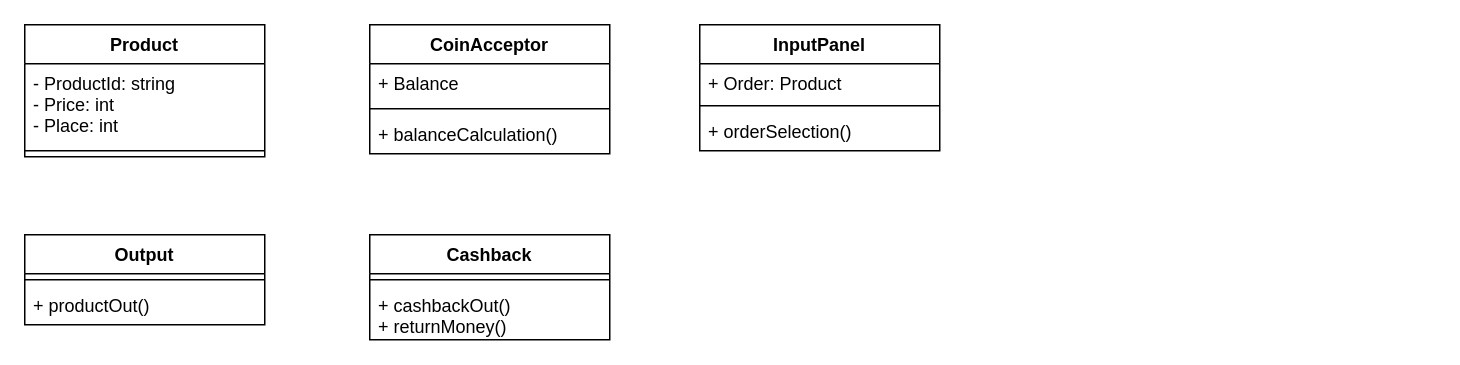
Above: Untitled Diagram.drawio in StpnPntr/UchebnayaPractice (draw.io), before the change. Source tidied: cells renumbered, new cells numbered last; positions are measured from the earlier drawing's top-left corner, leaving out a move shared by most shapes. Both pictures are drawn from the tidied source at 150%, with x=0, y=0 at pixel (24, 24).
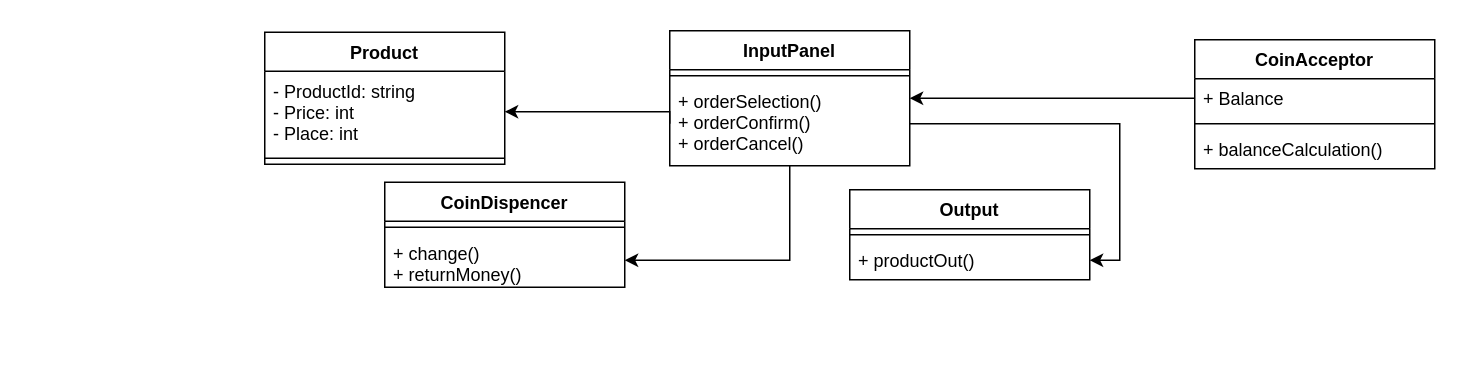
The same page after the edit.

The change refers to these unchanged cells:
```xml
<mxCell id="3" value="- ProductId: string&#10;- Price: int&#10;- Place: int" style="text;strokeColor=none;fillColor=none;align=left;verticalAlign=top;spacingLeft=4;spacingRight=4;overflow=hidden;points=[[0,0.5],[1,0.5]];portConstraint=eastwest;shadow=0;" parent="2" vertex="1">
  <mxGeometry y="26" width="160" height="54" as="geometry" />
</mxCell>
<mxCell id="10" value="+ Balance" style="text;strokeColor=none;fillColor=none;align=left;verticalAlign=top;spacingLeft=4;spacingRight=4;overflow=hidden;points=[[0,0.5],[1,0.5]];portConstraint=eastwest;shadow=0;" parent="9" vertex="1">
  <mxGeometry y="26" width="160" height="26" as="geometry" />
</mxCell>
<mxCell id="15" value="+ productOut()" style="text;strokeColor=none;fillColor=none;align=left;verticalAlign=top;spacingLeft=4;spacingRight=4;overflow=hidden;points=[[0,0.5],[1,0.5]];portConstraint=eastwest;shadow=0;" parent="13" vertex="1">
  <mxGeometry y="34" width="160" height="26" as="geometry" />
</mxCell>
```

Diff of the diagram source:
```diff
@@
     <mxCell id="2" value="Product" style="swimlane;fontStyle=1;align=center;verticalAlign=top;horizontal=1;startSize=26;shadow=0;" parent="1" vertex="1">
-      <mxGeometry width="160" height="88" as="geometry" />
+      <mxGeometry x="160" y="5" width="160" height="88" as="geometry" />
     </mxCell>
@@
+    <mxCell id="19" style="edgeStyle=orthogonalEdgeStyle;rounded=0;jettySize=auto;html=1;entryX=1;entryY=0.5;entryDx=0;entryDy=0;" parent="1" edge="1" source="5" target="18">
+      <mxGeometry relative="1" as="geometry" />
+    </mxCell>
     <mxCell id="5" value="InputPanel" style="swimlane;fontStyle=1;align=center;verticalAlign=top;horizontal=1;startSize=26;shadow=0;" parent="1" vertex="1">
-      <mxGeometry x="450" width="160" height="84" as="geometry" />
+      <mxGeometry x="430" y="4" width="160" height="90" as="geometry" />
     </mxCell>
-    <mxCell id="6" value="+ Order: Product" style="text;strokeColor=none;fillColor=none;align=left;verticalAlign=top;spacingLeft=4;spacingRight=4;overflow=hidden;shadow=0;" parent="5" vertex="1">
-      <mxGeometry y="26" width="160" height="24" as="geometry" />
-    </mxCell>
     <mxCell id="7" style="line;strokeWidth=1;fillColor=none;align=left;verticalAlign=middle;spacingTop=-1;spacingLeft=3;spacingRight=3;labelPosition=right;shadow=0;" parent="5" vertex="1">
-      <mxGeometry y="50" width="160" height="8" as="geometry" />
+      <mxGeometry y="26" width="160" height="8" as="geometry" />
     </mxCell>
-    <mxCell id="8" value="+ orderSelection()" style="text;strokeColor=none;fillColor=none;align=left;verticalAlign=top;spacingLeft=4;spacingRight=4;overflow=hidden;points=[[0,0.5],[1,0.5]];portConstraint=eastwest;shadow=0;" parent="5" vertex="1">
-      <mxGeometry y="58" width="160" height="26" as="geometry" />
+    <mxCell id="8" value="+ orderSelection()&#10;+ orderConfirm()&#10;+ orderCancel()" style="text;strokeColor=none;fillColor=none;align=left;verticalAlign=top;spacingLeft=4;spacingRight=4;overflow=hidden;points=[[0,0.5],[1,0.5]];portConstraint=eastwest;shadow=0;" parent="5" vertex="1">
+      <mxGeometry y="34" width="160" height="56" as="geometry" />
     </mxCell>
     <mxCell id="9" value="CoinAcceptor" style="swimlane;fontStyle=1;align=center;verticalAlign=top;horizontal=1;startSize=26;shadow=0;" parent="1" vertex="1">
-      <mxGeometry x="230" width="160" height="86" as="geometry" />
+      <mxGeometry x="780" y="10" width="160" height="86" as="geometry" />
     </mxCell>
@@
     <mxCell id="13" value="Output" style="swimlane;fontStyle=1;align=center;verticalAlign=top;horizontal=1;startSize=26;shadow=0;" parent="1" vertex="1">
-      <mxGeometry y="140" width="160" height="60" as="geometry" />
+      <mxGeometry x="550" y="110" width="160" height="60" as="geometry" />
     </mxCell>
@@
-    <mxCell id="16" value="Cashback" style="swimlane;fontStyle=1;align=center;verticalAlign=top;horizontal=1;startSize=26;shadow=0;strokeWidth=1;" parent="1" vertex="1">
-      <mxGeometry x="230" y="140" width="160" height="70" as="geometry" />
+    <mxCell id="16" value="CoinDispencer" style="swimlane;fontStyle=1;align=center;verticalAlign=top;horizontal=1;startSize=26;shadow=0;strokeWidth=1;" parent="1" vertex="1">
+      <mxGeometry x="240" y="105" width="160" height="70" as="geometry" />
     </mxCell>
@@
-    <mxCell id="18" value="+ cashbackOut()&#10;+ returnMoney()" style="text;strokeColor=none;fillColor=none;align=left;verticalAlign=top;spacingLeft=4;spacingRight=4;overflow=hidden;points=[[0,0.5],[1,0.5]];portConstraint=eastwest;" parent="16" vertex="1">
+    <mxCell id="18" value="+ change()&#10;+ returnMoney()" style="text;strokeColor=none;fillColor=none;align=left;verticalAlign=top;spacingLeft=4;spacingRight=4;overflow=hidden;points=[[0,0.5],[1,0.5]];portConstraint=eastwest;" parent="16" vertex="1">
       <mxGeometry y="34" width="160" height="36" as="geometry" />
     </mxCell>
+    <mxCell id="20" style="edgeStyle=orthogonalEdgeStyle;rounded=0;jettySize=auto;html=1;exitX=0;exitY=0.5;exitDx=0;exitDy=0;entryX=1;entryY=0.5;entryDx=0;entryDy=0;" parent="1" edge="1" source="8" target="3">
+      <mxGeometry relative="1" as="geometry">
+        <Array as="points">
+          <mxPoint x="430" y="58" />
+        </Array>
+      </mxGeometry>
+    </mxCell>
+    <mxCell id="21" style="edgeStyle=orthogonalEdgeStyle;rounded=0;jettySize=auto;html=1;exitX=0;exitY=0.5;exitDx=0;exitDy=0;entryX=1;entryY=0.5;entryDx=0;entryDy=0;" parent="1" edge="1" source="10" target="5">
+      <mxGeometry relative="1" as="geometry" />
+    </mxCell>
+    <mxCell id="22" style="edgeStyle=orthogonalEdgeStyle;rounded=0;jettySize=auto;html=1;exitX=1;exitY=0.5;exitDx=0;exitDy=0;entryX=1;entryY=0.5;entryDx=0;entryDy=0;" parent="1" edge="1" source="8" target="15">
+      <mxGeometry relative="1" as="geometry" />
+    </mxCell>
```
